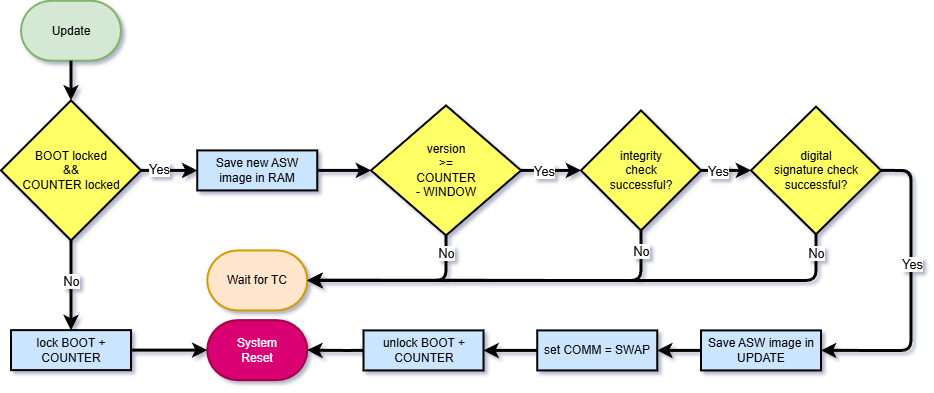
Above: Diagrams/ESA Secure Boot Flowchart.Update.png in matyaskollert/ESA-SAVOIR-Secure-Boot (draw.io), before the change. Source tidied: cells renumbered, new cells last; positions are measured from the earlier drawing's top-left corner, leaving out a move shared by most shapes. Its diagram source:
```xml
<mxGraphModel background="#ffffff">
  <root>
    <mxCell id="0" />
    <mxCell id="1" parent="0" />
    <mxCell id="2" value="Update" style="strokeWidth=2;html=1;shape=mxgraph.flowchart.terminator;whiteSpace=wrap;rounded=0;fillColor=#d5e8d4;strokeColor=#82b366;" parent="1" vertex="1">
      <mxGeometry x="20" y="-0.3" width="100" height="60" as="geometry" />
    </mxCell>
    <mxCell id="3" style="edgeStyle=orthogonalEdgeStyle;jettySize=auto;html=1;exitX=1;exitY=0.5;exitDx=0;exitDy=0;entryX=0;entryY=0.5;entryDx=0;entryDy=0;strokeWidth=3;entryPerimeter=0;" parent="1" edge="1" source="4" target="5">
      <mxGeometry relative="1" as="geometry" />
    </mxCell>
    <mxCell id="4" value="Save new ASW image in RAM" style="rounded=0;whiteSpace=wrap;html=1;absoluteArcSize=1;arcSize=14;strokeWidth=2;fillColor=#CCE5FF;" parent="1" vertex="1">
      <mxGeometry x="196.2" y="149.4" width="120" height="40" as="geometry" />
    </mxCell>
    <mxCell id="5" value="&lt;div&gt;&lt;span style=&quot;background-color: transparent; color: light-dark(rgb(0, 0, 0), rgb(255, 255, 255));&quot;&gt;version&lt;/span&gt;&lt;/div&gt;&lt;div&gt;&lt;div&gt;&amp;gt;=&lt;/div&gt;&lt;div&gt;COUNTER&lt;/div&gt;&lt;div&gt;- WINDOW&lt;/div&gt;&lt;/div&gt;" style="strokeWidth=2;html=1;shape=mxgraph.flowchart.decision;whiteSpace=wrap;rounded=0;fillColor=#FFFF66;" parent="1" vertex="1">
      <mxGeometry x="370" y="104.4" width="150" height="130" as="geometry" />
    </mxCell>
    <mxCell id="6" style="edgeStyle=orthogonalEdgeStyle;jettySize=auto;html=1;exitX=1;exitY=0.5;exitDx=0;exitDy=0;exitPerimeter=0;entryX=0;entryY=0.5;entryDx=0;entryDy=0;strokeWidth=3;entryPerimeter=0;" parent="1" edge="1" source="8" target="15">
      <mxGeometry relative="1" as="geometry" />
    </mxCell>
    <mxCell id="7" value="&lt;font style=&quot;color: light-dark(rgb(0, 0, 0), rgb(102, 255, 102)); font-size: 13px;&quot;&gt;Yes&lt;/font&gt;" style="edgeLabel;html=1;align=center;verticalAlign=middle;" parent="6" vertex="1">
      <mxGeometry x="-0.37" y="-1" relative="1" as="geometry">
        <mxPoint y="-1" as="offset" />
      </mxGeometry>
    </mxCell>
    <mxCell id="8" value="&lt;div&gt;&lt;div&gt;&lt;span style=&quot;background-color: transparent; color: light-dark(rgb(0, 0, 0), rgb(255, 255, 255));&quot;&gt;integrity&lt;/span&gt;&lt;/div&gt;&lt;div&gt;check&lt;div&gt;successful?&lt;/div&gt;&lt;/div&gt;&lt;/div&gt;" style="strokeWidth=2;html=1;shape=mxgraph.flowchart.decision;whiteSpace=wrap;rounded=0;fillColor=#FFFF66;" parent="1" vertex="1">
      <mxGeometry x="580" y="109.4" width="120" height="120" as="geometry" />
    </mxCell>
    <mxCell id="9" style="edgeStyle=orthogonalEdgeStyle;jettySize=auto;html=1;exitX=1;exitY=0.5;exitDx=0;exitDy=0;exitPerimeter=0;entryX=0;entryY=0.5;entryDx=0;entryDy=0;entryPerimeter=0;strokeWidth=3;" parent="1" edge="1" source="5" target="8">
      <mxGeometry relative="1" as="geometry" />
    </mxCell>
    <mxCell id="10" value="&lt;font style=&quot;font-size: 13px; color: light-dark(rgb(0, 0, 0), rgb(102, 255, 102));&quot;&gt;Yes&lt;/font&gt;" style="edgeLabel;html=1;align=center;verticalAlign=middle;" parent="9" vertex="1">
      <mxGeometry x="-0.2" relative="1" as="geometry">
        <mxPoint x="-2" as="offset" />
      </mxGeometry>
    </mxCell>
    <mxCell id="11" style="edgeStyle=orthogonalEdgeStyle;rounded=0;jettySize=auto;html=1;exitX=0;exitY=0.5;exitDx=0;exitDy=0;entryX=1;entryY=0.5;entryDx=0;entryDy=0;strokeWidth=3;" parent="1" edge="1" source="12" target="17">
      <mxGeometry relative="1" as="geometry" />
    </mxCell>
    <mxCell id="12" value="Save ASW image in UPDATE" style="rounded=0;whiteSpace=wrap;html=1;absoluteArcSize=1;arcSize=14;strokeWidth=2;fillColor=#CCE5FF;" parent="1" vertex="1">
      <mxGeometry x="700" y="329.4" width="120" height="40" as="geometry" />
    </mxCell>
    <mxCell id="13" style="edgeStyle=orthogonalEdgeStyle;jettySize=auto;html=1;exitX=1;exitY=0.5;exitDx=0;exitDy=0;exitPerimeter=0;entryX=1;entryY=0.5;entryDx=0;entryDy=0;strokeWidth=3;" parent="1" edge="1" source="15" target="12">
      <mxGeometry relative="1" as="geometry">
        <Array as="points">
          <mxPoint x="910" y="169.4" />
          <mxPoint x="910" y="349.4" />
        </Array>
      </mxGeometry>
    </mxCell>
    <mxCell id="14" value="&lt;font style=&quot;font-size: 13px; color: light-dark(rgb(0, 0, 0), rgb(102, 255, 102));&quot;&gt;Yes&lt;/font&gt;" style="edgeLabel;html=1;align=center;verticalAlign=middle;" parent="13" vertex="1">
      <mxGeometry x="-0.27" y="-1" relative="1" as="geometry">
        <mxPoint x="1" y="14" as="offset" />
      </mxGeometry>
    </mxCell>
    <mxCell id="15" value="&lt;div&gt;&lt;span style=&quot;background-color: transparent; color: light-dark(rgb(0, 0, 0), rgb(255, 255, 255));&quot;&gt;digital&lt;/span&gt;&lt;/div&gt;&lt;div&gt;signature check&lt;div&gt;successful?&lt;/div&gt;&lt;/div&gt;" style="strokeWidth=2;html=1;shape=mxgraph.flowchart.decision;whiteSpace=wrap;rounded=0;fillColor=#FFFF66;" parent="1" vertex="1">
      <mxGeometry x="750" y="105.7" width="130" height="127.5" as="geometry" />
    </mxCell>
    <mxCell id="16" style="edgeStyle=orthogonalEdgeStyle;jettySize=auto;html=1;exitX=0;exitY=0.5;exitDx=0;exitDy=0;entryX=1;entryY=0.5;entryDx=0;entryDy=0;strokeWidth=3;" parent="1" edge="1" source="17" target="18">
      <mxGeometry relative="1" as="geometry" />
    </mxCell>
    <mxCell id="17" value="set COMM = SWAP" style="rounded=0;whiteSpace=wrap;html=1;absoluteArcSize=1;arcSize=14;strokeWidth=2;fillColor=#CCE5FF;" parent="1" vertex="1">
      <mxGeometry x="536.2" y="329.4" width="120" height="40" as="geometry" />
    </mxCell>
    <mxCell id="18" value="unlock BOOT + COUNTER" style="rounded=0;whiteSpace=wrap;html=1;absoluteArcSize=1;arcSize=14;strokeWidth=2;fillColor=#CCE5FF;" parent="1" vertex="1">
      <mxGeometry x="362.5" y="329.4" width="120" height="40" as="geometry" />
    </mxCell>
    <mxCell id="19" value="System&lt;div&gt;Reset&lt;/div&gt;" style="strokeWidth=2;html=1;shape=mxgraph.flowchart.terminator;whiteSpace=wrap;rounded=0;fillColor=#d80073;fontColor=#ffffff;strokeColor=#A50040;" parent="1" vertex="1">
      <mxGeometry x="206.2" y="319.1" width="100" height="60" as="geometry" />
    </mxCell>
    <mxCell id="20" style="edgeStyle=orthogonalEdgeStyle;rounded=1;jettySize=auto;html=1;exitX=0;exitY=0.5;exitDx=0;exitDy=0;entryX=1;entryY=0.5;entryDx=0;entryDy=0;entryPerimeter=0;curved=0;strokeWidth=3;" parent="1" edge="1" source="18" target="19">
      <mxGeometry relative="1" as="geometry" />
    </mxCell>
    <mxCell id="21" value="Wait for TC" style="strokeWidth=2;html=1;shape=mxgraph.flowchart.terminator;whiteSpace=wrap;rounded=0;fillColor=#ffe6cc;strokeColor=#d79b00;" parent="1" vertex="1">
      <mxGeometry x="206.2" y="249.4" width="100" height="60" as="geometry" />
    </mxCell>
    <mxCell id="22" style="edgeStyle=orthogonalEdgeStyle;rounded=1;jettySize=auto;html=1;exitX=0.5;exitY=1;exitDx=0;exitDy=0;exitPerimeter=0;entryX=1;entryY=0.5;entryDx=0;entryDy=0;entryPerimeter=0;curved=0;strokeWidth=3;" parent="1" edge="1" source="15" target="21">
      <mxGeometry relative="1" as="geometry" />
    </mxCell>
    <mxCell id="23" value="&lt;font style=&quot;font-size: 13px;&quot;&gt;No&lt;/font&gt;" style="edgeLabel;html=1;align=center;verticalAlign=middle;" parent="22" vertex="1">
      <mxGeometry x="-0.93" y="-1" relative="1" as="geometry" />
    </mxCell>
    <mxCell id="24" style="edgeStyle=orthogonalEdgeStyle;rounded=1;jettySize=auto;html=1;exitX=0.5;exitY=1;exitDx=0;exitDy=0;exitPerimeter=0;entryX=1;entryY=0.5;entryDx=0;entryDy=0;entryPerimeter=0;curved=0;strokeWidth=3;" parent="1" edge="1" source="8" target="21">
      <mxGeometry relative="1" as="geometry" />
    </mxCell>
    <mxCell id="25" value="&lt;font style=&quot;font-size: 13px;&quot;&gt;No&lt;/font&gt;" style="edgeLabel;html=1;align=center;verticalAlign=middle;" parent="24" vertex="1">
      <mxGeometry x="-0.91" relative="1" as="geometry">
        <mxPoint x="-1" y="1" as="offset" />
      </mxGeometry>
    </mxCell>
    <mxCell id="26" style="edgeStyle=orthogonalEdgeStyle;rounded=1;jettySize=auto;html=1;exitX=0.5;exitY=1;exitDx=0;exitDy=0;exitPerimeter=0;entryX=1;entryY=0.5;entryDx=0;entryDy=0;entryPerimeter=0;strokeWidth=3;curved=0;" parent="1" edge="1" source="5" target="21">
      <mxGeometry relative="1" as="geometry" />
    </mxCell>
    <mxCell id="27" value="&lt;font style=&quot;font-size: 13px;&quot;&gt;No&lt;/font&gt;" style="edgeLabel;html=1;align=center;verticalAlign=middle;" parent="26" vertex="1">
      <mxGeometry x="-0.82" y="-1" relative="1" as="geometry" />
    </mxCell>
    <mxCell id="28" style="edgeStyle=orthogonalEdgeStyle;rounded=1;jettySize=auto;html=1;exitX=1;exitY=0.5;exitDx=0;exitDy=0;exitPerimeter=0;entryX=0;entryY=0.5;entryDx=0;entryDy=0;strokeWidth=3;curved=0;" parent="1" edge="1" source="32" target="4">
      <mxGeometry relative="1" as="geometry" />
    </mxCell>
    <mxCell id="29" value="&lt;font style=&quot;font-size: 13px;&quot;&gt;Yes&lt;/font&gt;" style="edgeLabel;html=1;align=center;verticalAlign=middle;" parent="28" vertex="1">
      <mxGeometry x="-0.38" y="2" relative="1" as="geometry" />
    </mxCell>
    <mxCell id="30" style="edgeStyle=orthogonalEdgeStyle;rounded=1;jettySize=auto;html=1;exitX=0.5;exitY=1;exitDx=0;exitDy=0;exitPerimeter=0;entryX=0.5;entryY=0;entryDx=0;entryDy=0;strokeWidth=3;curved=0;" parent="1" edge="1" source="32" target="34">
      <mxGeometry relative="1" as="geometry" />
    </mxCell>
    <mxCell id="31" value="&lt;font style=&quot;font-size: 13px;&quot;&gt;No&lt;/font&gt;" style="edgeLabel;html=1;align=center;verticalAlign=middle;" parent="30" vertex="1">
      <mxGeometry x="-0.12" y="-1" relative="1" as="geometry" />
    </mxCell>
    <mxCell id="32" value="BOOT locked&lt;div&gt;&amp;amp;&amp;amp;&lt;/div&gt;&lt;div&gt;COUNTER locked&lt;/div&gt;" style="strokeWidth=2;html=1;shape=mxgraph.flowchart.decision;whiteSpace=wrap;rounded=0;fillColor=#FFFF66;" parent="1" vertex="1">
      <mxGeometry y="99.4" width="140" height="140" as="geometry" />
    </mxCell>
    <mxCell id="33" style="edgeStyle=orthogonalEdgeStyle;rounded=1;jettySize=auto;html=1;exitX=0.5;exitY=1;exitDx=0;exitDy=0;exitPerimeter=0;entryX=0.5;entryY=0;entryDx=0;entryDy=0;entryPerimeter=0;curved=0;strokeWidth=3;" parent="1" edge="1" source="2" target="32">
      <mxGeometry relative="1" as="geometry" />
    </mxCell>
    <mxCell id="34" value="lock BOOT + COUNTER" style="rounded=0;whiteSpace=wrap;html=1;absoluteArcSize=1;arcSize=14;strokeWidth=2;fillColor=#CCE5FF;" parent="1" vertex="1">
      <mxGeometry x="10" y="329.1" width="120" height="40" as="geometry" />
    </mxCell>
    <mxCell id="35" style="edgeStyle=orthogonalEdgeStyle;rounded=1;jettySize=auto;html=1;exitX=1;exitY=0.5;exitDx=0;exitDy=0;entryX=0;entryY=0.5;entryDx=0;entryDy=0;entryPerimeter=0;curved=0;strokeWidth=3;" parent="1" edge="1" source="34" target="19">
      <mxGeometry relative="1" as="geometry" />
    </mxCell>
  </root>
</mxGraphModel>
```
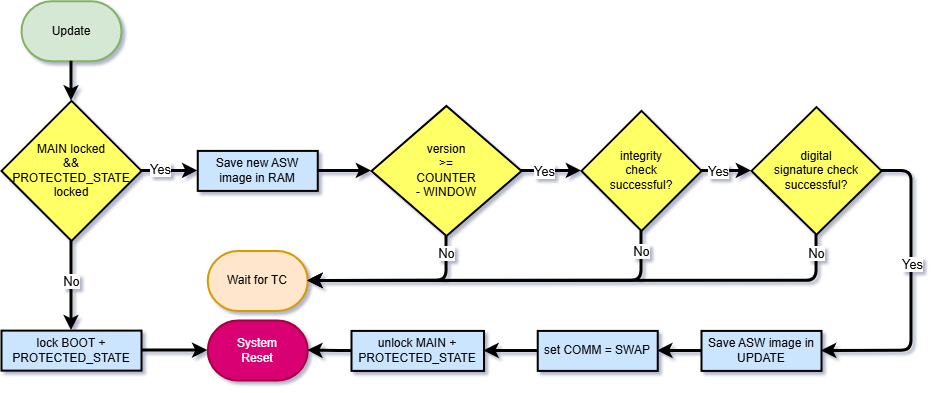
The same file after the commit.

What changed in the source:
```diff
@@ -61,8 +61,8 @@
     <mxCell id="17" value="set COMM = SWAP" style="rounded=0;whiteSpace=wrap;html=1;absoluteArcSize=1;arcSize=14;strokeWidth=2;fillColor=#CCE5FF;" parent="1" vertex="1">
       <mxGeometry x="536.2" y="329.4" width="120" height="40" as="geometry" />
     </mxCell>
-    <mxCell id="18" value="unlock BOOT + COUNTER" style="rounded=0;whiteSpace=wrap;html=1;absoluteArcSize=1;arcSize=14;strokeWidth=2;fillColor=#CCE5FF;" parent="1" vertex="1">
-      <mxGeometry x="362.5" y="329.4" width="120" height="40" as="geometry" />
+    <mxCell id="18" value="unlock MAIN + PROTECTED_STATE" style="rounded=0;whiteSpace=wrap;html=1;absoluteArcSize=1;arcSize=14;strokeWidth=2;fillColor=#CCE5FF;" parent="1" vertex="1">
+      <mxGeometry x="350" y="329.4" width="132.5" height="40" as="geometry" />
     </mxCell>
     <mxCell id="19" value="System&lt;div&gt;Reset&lt;/div&gt;" style="strokeWidth=2;html=1;shape=mxgraph.flowchart.terminator;whiteSpace=wrap;rounded=0;fillColor=#d80073;fontColor=#ffffff;strokeColor=#A50040;" parent="1" vertex="1">
       <mxGeometry x="206.2" y="319.1" width="100" height="60" as="geometry" />
@@ -105,14 +105,14 @@
     <mxCell id="31" value="&lt;font style=&quot;font-size: 13px;&quot;&gt;No&lt;/font&gt;" style="edgeLabel;html=1;align=center;verticalAlign=middle;" parent="30" vertex="1">
       <mxGeometry x="-0.12" y="-1" relative="1" as="geometry" />
     </mxCell>
-    <mxCell id="32" value="BOOT locked&lt;div&gt;&amp;amp;&amp;amp;&lt;/div&gt;&lt;div&gt;COUNTER locked&lt;/div&gt;" style="strokeWidth=2;html=1;shape=mxgraph.flowchart.decision;whiteSpace=wrap;rounded=0;fillColor=#FFFF66;" parent="1" vertex="1">
+    <mxCell id="32" value="MAIN locked&lt;div&gt;&amp;amp;&amp;amp;&lt;/div&gt;&lt;div&gt;PROTECTED_STATE&lt;/div&gt;&lt;div&gt;locked&lt;/div&gt;" style="strokeWidth=2;html=1;shape=mxgraph.flowchart.decision;whiteSpace=wrap;rounded=0;fillColor=#FFFF66;" parent="1" vertex="1">
       <mxGeometry y="99.4" width="140" height="140" as="geometry" />
     </mxCell>
     <mxCell id="33" style="edgeStyle=orthogonalEdgeStyle;rounded=1;jettySize=auto;html=1;exitX=0.5;exitY=1;exitDx=0;exitDy=0;exitPerimeter=0;entryX=0.5;entryY=0;entryDx=0;entryDy=0;entryPerimeter=0;curved=0;strokeWidth=3;" parent="1" edge="1" source="2" target="32">
       <mxGeometry relative="1" as="geometry" />
     </mxCell>
-    <mxCell id="34" value="lock BOOT + COUNTER" style="rounded=0;whiteSpace=wrap;html=1;absoluteArcSize=1;arcSize=14;strokeWidth=2;fillColor=#CCE5FF;" parent="1" vertex="1">
-      <mxGeometry x="10" y="329.1" width="120" height="40" as="geometry" />
+    <mxCell id="34" value="lock BOOT + PROTECTED_STATE" style="rounded=0;whiteSpace=wrap;html=1;absoluteArcSize=1;arcSize=14;strokeWidth=2;fillColor=#CCE5FF;" parent="1" vertex="1">
+      <mxGeometry y="329.1" width="140" height="40" as="geometry" />
     </mxCell>
     <mxCell id="35" style="edgeStyle=orthogonalEdgeStyle;rounded=1;jettySize=auto;html=1;exitX=1;exitY=0.5;exitDx=0;exitDy=0;entryX=0;entryY=0.5;entryDx=0;entryDy=0;entryPerimeter=0;curved=0;strokeWidth=3;" parent="1" edge="1" source="34" target="19">
       <mxGeometry relative="1" as="geometry" />
```
